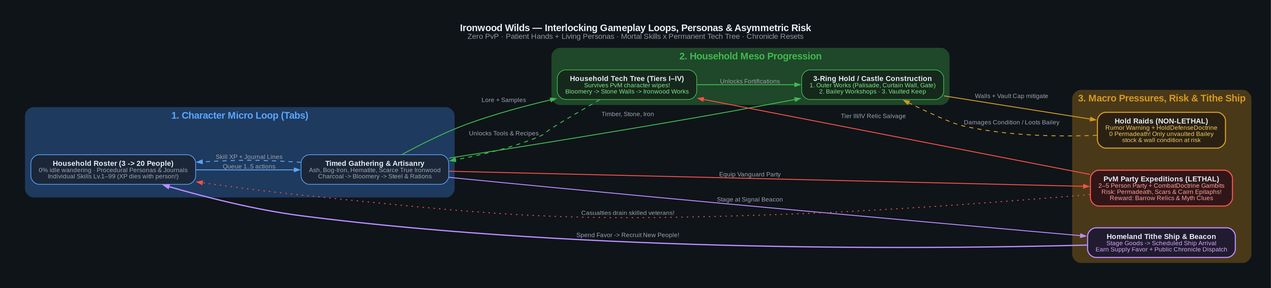
The Graphviz diagram planning/ironwood_wilds_planning/diagrams/04-gameplay-loops-and-risk.png in Lord-Windy/KotharWorks, before a commit. Its source is kept beside it as planning/ironwood_wilds_planning/diagrams/04-gameplay-loops-and-risk.dot. The source it was exported from:
```dot
digraph GameplayLoops {
    graph [
        rankdir=LR,
        bgcolor="#0f1419",
        fontname="Liberation Sans",
        fontsize=14,
        fontcolor="#e6edf3",
        label=<<b>Ironwood Wilds — Interlocking Gameplay Loops, Personas &amp; Asymmetric Risk</b><br/><font point-size="11" color="#8b949e">Zero PvP · Patient Hands + Living Personas · Mortal Skills x Permanent Tech Tree · Chronicle Resets</font>>,
        labelloc=t,
        pad="0.40",
        nodesep="0.45",
        ranksep="0.75"
    ];

    node [
        shape=box,
        style="rounded,filled",
        fontname="Liberation Sans",
        fontsize=10.5,
        fillcolor="#161b22",
        color="#30363d",
        fontcolor="#e6edf3",
        margin="0.16,0.10"
    ];

    edge [
        fontname="Liberation Sans",
        fontsize=9,
        color="#8b949e",
        fontcolor="#9ca3af",
        penwidth=1.3,
        arrowsize=0.75
    ];

    subgraph cluster_micro {
        label=<<b>1. Character Micro Loop (Tabs)</b>>;
        fontcolor="#58a6ff";
        color="#1f3a5f";
        bgcolor="#121924";
        style="rounded,filled";

        roster [
            fillcolor="#1b2738",
            color="#58a6ff",
            label=<<b>Household Roster (3 -&gt; 20 People)</b><br/><font point-size="9" color="#9ca3af">0% idle wandering · Procedural Personas &amp; Journals<br/>Individual Skills Lv.1–99 (XP dies with person!)</font>>
        ];

        gather_craft [
            fillcolor="#1b2738",
            color="#58a6ff",
            label=<<b>Timed Gathering &amp; Artisanry</b><br/><font point-size="9" color="#9ca3af">Ash, Bog-Iron, Hematite, Scarce True Ironwood<br/>Charcoal -&gt; Bloomery -&gt; Steel &amp; Rations</font>>
        ];
    }

    subgraph cluster_meso {
        label=<<b>2. Household Meso Progression</b>>;
        fontcolor="#3fb950";
        color="#1f4729";
        bgcolor="#111b14";
        style="rounded,filled";

        tech_tree [
            fillcolor="#16281c",
            color="#3fb950",
            label=<<b>Household Tech Tree (Tiers I–IV)</b><br/><font point-size="9" color="#7ee787">Survives PvM character wipes!<br/>Bloomery -&gt; Stone Walls -&gt; Ironwood Works</font>>
        ];

        hold_castle [
            fillcolor="#16281c",
            color="#3fb950",
            label=<<b>3-Ring Hold / Castle Construction</b><br/><font point-size="9" color="#7ee787">1. Outer Works (Palisade, Curtain Wall, Gate)<br/>2. Bailey Workshops · 3. Vaulted Keep</font>>
        ];
    }

    subgraph cluster_macro {
        label=<<b>3. Macro Pressures, Risk &amp; Tithe Ship</b>>;
        fontcolor="#d29922";
        color="#4a3919";
        bgcolor="#181512";
        style="rounded,filled";

        hold_raids [
            fillcolor="#2b2113",
            color="#d29922",
            penwidth=1.6,
            label=<<b>Hold Raids (NON-LETHAL)</b><br/><font point-size="9" color="#f2cc60">Rumor Warning + HoldDefenseDoctrine<br/>0 Permadeath! Only unvaulted Bailey<br/>stock &amp; wall condition at risk</font>>
        ];

        pvm_delves [
            fillcolor="#301619",
            color="#f85149",
            penwidth=1.6,
            label=<<b>PvM Party Expeditions (LETHAL)</b><br/><font point-size="9" color="#ffa198">2–5 Person Party + CombatDoctrine Gambits<br/>Risk: Permadeath, Scars &amp; Cairn Epitaphs!<br/>Reward: Barrow Relics &amp; Myth Clues</font>>
        ];

        homeworld_supply [
            fillcolor="#211b30",
            color="#bc8cff",
            penwidth=1.6,
            label=<<b>Homeland Tithe Ship &amp; Beacon</b><br/><font point-size="9" color="#d2a8ff">Stage Goods -&gt; Scheduled Ship Arrival<br/>Earn Supply Favor + Public Chronicle Dispatch</font>>
        ];
    }

    roster -> gather_craft [label=" Queue 1..5 actions", color="#58a6ff"];
    gather_craft -> roster [label=" Skill XP + Journal Lines", color="#58a6ff", style=dashed, constraint=false];

    gather_craft -> tech_tree [label=" Lore + Samples", color="#3fb950"];
    tech_tree -> gather_craft [label=" Unlocks Tools & Recipes", color="#3fb950", style=dashed, constraint=false];

    gather_craft -> hold_castle [label=" Timber, Stone, Iron", color="#3fb950"];
    tech_tree -> hold_castle [label=" Unlocks Fortifications", color="#3fb950"];

    hold_castle -> hold_raids [label=" Walls + Vault Cap mitigate", color="#d29922"];
    hold_raids -> hold_castle [label=" Damages Condition / Loots Bailey", color="#d29922", style=dashed, constraint=false];

    gather_craft -> pvm_delves [label=" Equip Vanguard Party", color="#f85149"];
    pvm_delves -> tech_tree [label=" Tier III/IV Relic Salvage", color="#f85149", constraint=false];
    pvm_delves -> roster [label=" Casualties drain skilled veterans!", color="#f85149", style=dotted, constraint=false];

    gather_craft -> homeworld_supply [label=" Stage at Signal Beacon", color="#bc8cff"];
    homeworld_supply -> roster [label=" Spend Favor -> Recruit New People!", color="#bc8cff", penwidth=1.8, constraint=false];
}
```
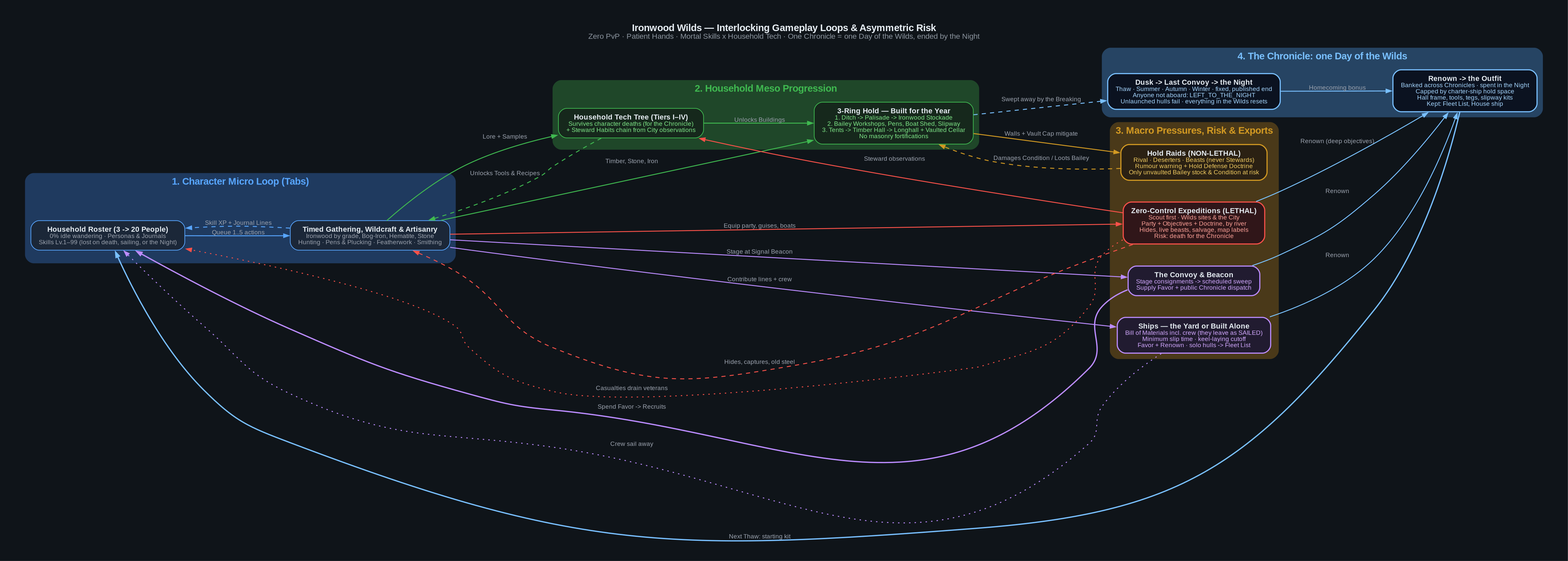
Later version of the same file.

The edit, as a diff of the source:
```diff
@@ -5,7 +5,7 @@
         fontname="Liberation Sans",
         fontsize=14,
         fontcolor="#e6edf3",
-        label=<<b>Ironwood Wilds — Interlocking Gameplay Loops, Personas &amp; Asymmetric Risk</b><br/><font point-size="11" color="#8b949e">Zero PvP · Patient Hands + Living Personas · Mortal Skills x Permanent Tech Tree · Chronicle Resets</font>>,
+        label=<<b>Ironwood Wilds — Interlocking Gameplay Loops &amp; Asymmetric Risk</b><br/><font point-size="11" color="#8b949e">Zero PvP · Patient Hands · Mortal Skills x Household Tech · One Chronicle = one Day of the Wilds, ended by the Night</font>>,
         labelloc=t,
         pad="0.40",
         nodesep="0.45",
@@ -42,13 +42,13 @@
         roster [
             fillcolor="#1b2738",
             color="#58a6ff",
-            label=<<b>Household Roster (3 -&gt; 20 People)</b><br/><font point-size="9" color="#9ca3af">0% idle wandering · Procedural Personas &amp; Journals<br/>Individual Skills Lv.1–99 (XP dies with person!)</font>>
+            label=<<b>Household Roster (3 -&gt; 20 People)</b><br/><font point-size="9" color="#9ca3af">0% idle wandering · Personas &amp; Journals<br/>Skills Lv.1–99 (lost on death, sailing, or the Night)</font>>
         ];
 
         gather_craft [
             fillcolor="#1b2738",
             color="#58a6ff",
-            label=<<b>Timed Gathering &amp; Artisanry</b><br/><font point-size="9" color="#9ca3af">Ash, Bog-Iron, Hematite, Scarce True Ironwood<br/>Charcoal -&gt; Bloomery -&gt; Steel &amp; Rations</font>>
+            label=<<b>Timed Gathering, Wildcraft &amp; Artisanry</b><br/><font point-size="9" color="#9ca3af">Ironwood by grade, Bog-Iron, Hematite, Stone<br/>Hunting · Pens &amp; Plucking · Featherwork · Smithing</font>>
         ];
     }
 
@@ -62,18 +62,18 @@
         tech_tree [
             fillcolor="#16281c",
             color="#3fb950",
-            label=<<b>Household Tech Tree (Tiers I–IV)</b><br/><font point-size="9" color="#7ee787">Survives PvM character wipes!<br/>Bloomery -&gt; Stone Walls -&gt; Ironwood Works</font>>
+            label=<<b>Household Tech Tree (Tiers I–IV)</b><br/><font point-size="9" color="#7ee787">Survives character deaths (for the Chronicle)<br/>+ Steward Habits chain from City observations</font>>
         ];
 
-        hold_castle [
+        hold [
             fillcolor="#16281c",
             color="#3fb950",
-            label=<<b>3-Ring Hold / Castle Construction</b><br/><font point-size="9" color="#7ee787">1. Outer Works (Palisade, Curtain Wall, Gate)<br/>2. Bailey Workshops · 3. Vaulted Keep</font>>
+            label=<<b>3-Ring Hold — Built for the Year</b><br/><font point-size="9" color="#7ee787">1. Ditch -&gt; Palisade -&gt; Ironwood Stockade<br/>2. Bailey Workshops, Pens, Boat Shed, Slipway<br/>3. Tents -&gt; Timber Hall -&gt; Longhall + Vaulted Cellar<br/>No masonry fortifications</font>>
         ];
     }
 
     subgraph cluster_macro {
-        label=<<b>3. Macro Pressures, Risk &amp; Tithe Ship</b>>;
+        label=<<b>3. Macro Pressures, Risk &amp; Exports</b>>;
         fontcolor="#d29922";
         color="#4a3919";
         bgcolor="#181512";
@@ -83,21 +83,50 @@
             fillcolor="#2b2113",
             color="#d29922",
             penwidth=1.6,
-            label=<<b>Hold Raids (NON-LETHAL)</b><br/><font point-size="9" color="#f2cc60">Rumor Warning + HoldDefenseDoctrine<br/>0 Permadeath! Only unvaulted Bailey<br/>stock &amp; wall condition at risk</font>>
+            label=<<b>Hold Raids (NON-LETHAL)</b><br/><font point-size="9" color="#f2cc60">Rival · Deserters · Beasts (never Stewards)<br/>Rumour warning + Hold Defense Doctrine<br/>Only unvaulted Bailey stock &amp; Condition at risk</font>>
         ];
 
-        pvm_delves [
+        expeditions [
             fillcolor="#301619",
             color="#f85149",
             penwidth=1.6,
-            label=<<b>PvM Party Expeditions (LETHAL)</b><br/><font point-size="9" color="#ffa198">2–5 Person Party + CombatDoctrine Gambits<br/>Risk: Permadeath, Scars &amp; Cairn Epitaphs!<br/>Reward: Barrow Relics &amp; Myth Clues</font>>
+            label=<<b>Zero-Control Expeditions (LETHAL)</b><br/><font point-size="9" color="#ffa198">Scout first · Wilds sites &amp; the City<br/>Party + Objectives + Doctrine, by river<br/>Hides, live beasts, salvage, map labels<br/>Risk: death for the Chronicle</font>>
         ];
 
-        homeworld_supply [
+        convoy [
             fillcolor="#211b30",
             color="#bc8cff",
             penwidth=1.6,
-            label=<<b>Homeland Tithe Ship &amp; Beacon</b><br/><font point-size="9" color="#d2a8ff">Stage Goods -&gt; Scheduled Ship Arrival<br/>Earn Supply Favor + Public Chronicle Dispatch</font>>
+            label=<<b>The Convoy &amp; Beacon</b><br/><font point-size="9" color="#d2a8ff">Stage consignments -&gt; scheduled sweep<br/>Supply Favor + public Chronicle dispatch</font>>
+        ];
+
+        ships [
+            fillcolor="#211b30",
+            color="#bc8cff",
+            penwidth=1.6,
+            label=<<b>Ships — the Yard or Built Alone</b><br/><font point-size="9" color="#d2a8ff">Bill of Materials incl. crew (they leave as SAILED)<br/>Minimum slip time · keel-laying cutoff<br/>Favor + Renown · solo hulls -&gt; Fleet List</font>>
+        ];
+    }
+
+    subgraph cluster_season {
+        label=<<b>4. The Chronicle: one Day of the Wilds</b>>;
+        fontcolor="#79c0ff";
+        color="#264463";
+        bgcolor="#0f1722";
+        style="rounded,filled";
+
+        night [
+            fillcolor="#0b1220",
+            color="#79c0ff",
+            penwidth=1.6,
+            label=<<b>Dusk -&gt; Last Convoy -&gt; the Night</b><br/><font point-size="9" color="#a5d6ff">Thaw · Summer · Autumn · Winter · fixed, published end<br/>Anyone not aboard: LEFT_TO_THE_NIGHT<br/>Unlaunched hulls fail · everything in the Wilds resets</font>>
+        ];
+
+        outfit [
+            fillcolor="#0b1220",
+            color="#79c0ff",
+            penwidth=1.6,
+            label=<<b>Renown -&gt; the Outfit</b><br/><font point-size="9" color="#a5d6ff">Banked across Chronicles · spent in the Night<br/>Capped by charter-ship hold space<br/>Hall frame, tools, tegs, slipway kits<br/>Kept: Fleet List, House ship</font>>
         ];
     }
 
@@ -107,16 +136,26 @@
     gather_craft -> tech_tree [label=" Lore + Samples", color="#3fb950"];
     tech_tree -> gather_craft [label=" Unlocks Tools & Recipes", color="#3fb950", style=dashed, constraint=false];
 
-    gather_craft -> hold_castle [label=" Timber, Stone, Iron", color="#3fb950"];
-    tech_tree -> hold_castle [label=" Unlocks Fortifications", color="#3fb950"];
+    gather_craft -> hold [label=" Timber, Stone, Iron", color="#3fb950"];
+    tech_tree -> hold [label=" Unlocks Buildings", color="#3fb950"];
 
-    hold_castle -> hold_raids [label=" Walls + Vault Cap mitigate", color="#d29922"];
-    hold_raids -> hold_castle [label=" Damages Condition / Loots Bailey", color="#d29922", style=dashed, constraint=false];
+    hold -> hold_raids [label=" Walls + Vault Cap mitigate", color="#d29922"];
+    hold_raids -> hold [label=" Damages Condition / Loots Bailey", color="#d29922", style=dashed, constraint=false];
 
-    gather_craft -> pvm_delves [label=" Equip Vanguard Party", color="#f85149"];
-    pvm_delves -> tech_tree [label=" Tier III/IV Relic Salvage", color="#f85149", constraint=false];
-    pvm_delves -> roster [label=" Casualties drain skilled veterans!", color="#f85149", style=dotted, constraint=false];
+    gather_craft -> expeditions [label=" Equip party, guises, boats", color="#f85149"];
+    expeditions -> gather_craft [label=" Hides, captures, old steel", color="#f85149", style=dashed, constraint=false];
+    expeditions -> tech_tree [label=" Steward observations", color="#f85149", constraint=false];
+    expeditions -> roster [label=" Casualties drain veterans", color="#f85149", style=dotted, constraint=false];
 
-    gather_craft -> homeworld_supply [label=" Stage at Signal Beacon", color="#bc8cff"];
-    homeworld_supply -> roster [label=" Spend Favor -> Recruit New People!", color="#bc8cff", penwidth=1.8, constraint=false];
+    gather_craft -> convoy [label=" Stage at Signal Beacon", color="#bc8cff"];
+    gather_craft -> ships [label=" Contribute lines + crew", color="#bc8cff"];
+    convoy -> roster [label=" Spend Favor -> Recruits", color="#bc8cff", penwidth=1.8, constraint=false];
+    ships -> roster [label=" Crew sail away", color="#bc8cff", style=dotted, constraint=false];
+
+    ships -> outfit [label=" Renown", color="#79c0ff"];
+    convoy -> outfit [label=" Renown", color="#79c0ff"];
+    expeditions -> outfit [label=" Renown (deep objectives)", color="#79c0ff", constraint=false];
+    hold -> night [label=" Swept away by the Breaking", color="#79c0ff", style=dashed];
+    night -> outfit [label=" Homecoming bonus", color="#79c0ff"];
+    outfit -> roster [label=" Next Thaw: starting kit", color="#79c0ff", penwidth=1.8, constraint=false];
 }
```
